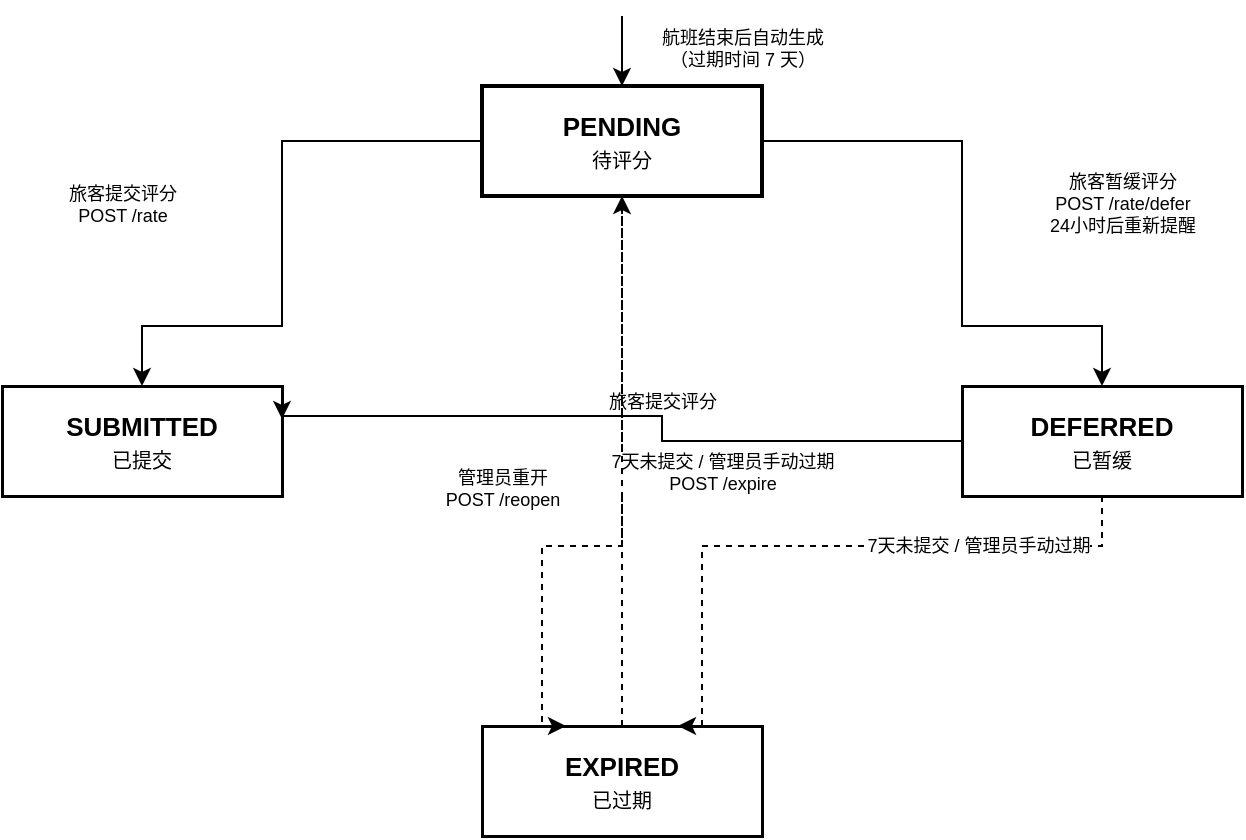
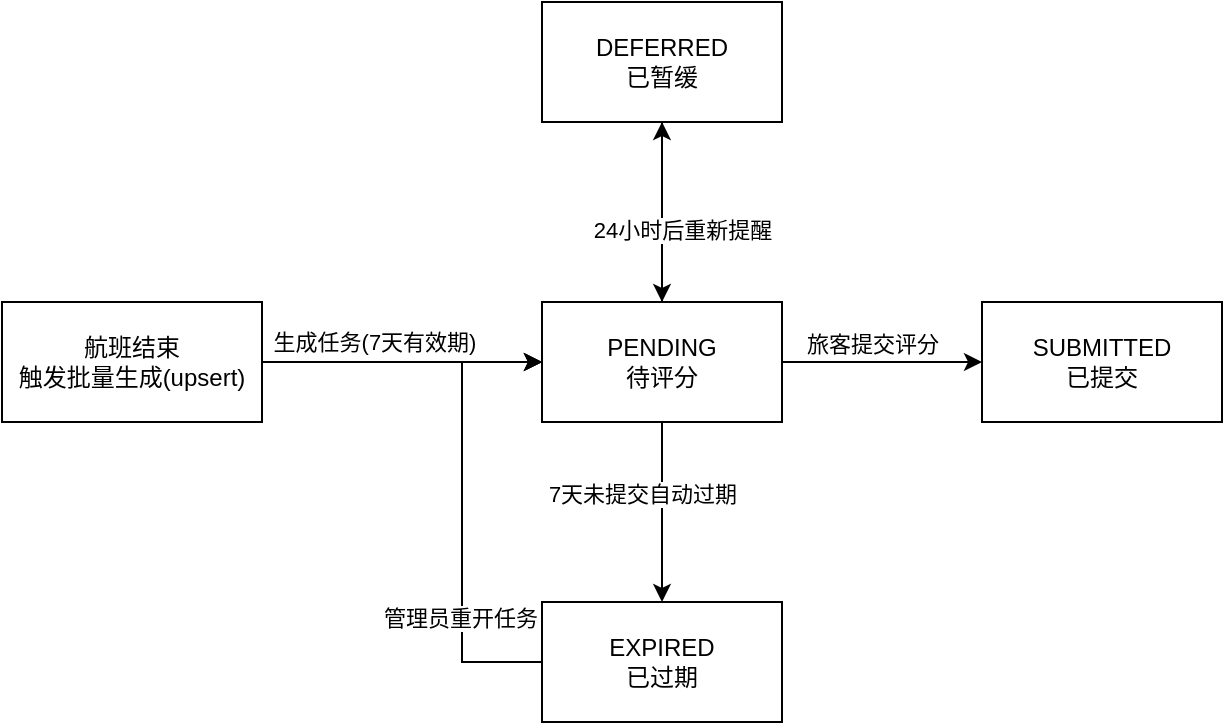
- <mxfile host="app.diagrams.net">
-   <diagram name="评分任务状态流转图">
-     <mxGraphModel dx="1000" dy="600" grid="1" gridSize="10" guides="1" tooltips="1" connect="1" arrows="1" fold="1" page="1" pageScale="1" pageWidth="900" pageHeight="480">
+ <mxfile host="Electron" agent="Mozilla/5.0 (Windows NT 10.0; Win64; x64) AppleWebKit/537.36 (KHTML, like Gecko) draw.io/25.0.2 Chrome/128.0.6613.186 Electron/32.2.5 Safari/537.36" version="25.0.2">
+   <diagram name="评分任务状态流转" id="rating-state-machine">
+     <mxGraphModel dx="2060" dy="650" grid="1" gridSize="10" guides="1" tooltips="1" connect="1" arrows="1" fold="1" page="1" pageScale="1" pageWidth="827" pageHeight="1169" math="0" shadow="0">
      <root>
        <mxCell id="0" />
        <mxCell id="1" parent="0" />
- 
-         <!-- PENDING -->
-         <mxCell id="pending" value="&lt;font style=&quot;font-size: 13px;&quot;&gt;&lt;b&gt;PENDING&lt;/b&gt;&lt;/font&gt;&lt;br&gt;&lt;font style=&quot;font-size: 10px;&quot;&gt;待评分&lt;/font&gt;" style="rounded=0;whiteSpace=wrap;html=1;fillColor=#FFFFFF;strokeColor=#000000;strokeWidth=2;fontSize=13;" vertex="1" parent="1">
-           <mxGeometry x="340" y="50" width="140" height="55" as="geometry" />
+         <mxCell id="X5WedO4ep6DYj0295ZjE-1" style="edgeStyle=orthogonalEdgeStyle;rounded=0;orthogonalLoop=1;jettySize=auto;html=1;exitX=1;exitY=0.5;exitDx=0;exitDy=0;entryX=0;entryY=0.5;entryDx=0;entryDy=0;" edge="1" parent="1" source="start" target="pending">
+           <mxGeometry relative="1" as="geometry" />
        </mxCell>
- 
-         <!-- SUBMITTED -->
-         <mxCell id="submitted" value="&lt;font style=&quot;font-size: 13px;&quot;&gt;&lt;b&gt;SUBMITTED&lt;/b&gt;&lt;/font&gt;&lt;br&gt;&lt;font style=&quot;font-size: 10px;&quot;&gt;已提交&lt;/font&gt;" style="rounded=0;whiteSpace=wrap;html=1;fillColor=#FFFFFF;strokeColor=#000000;strokeWidth=1.5;fontSize=13;" vertex="1" parent="1">
-           <mxGeometry x="100" y="200" width="140" height="55" as="geometry" />
+         <mxCell id="start" value="航班结束&lt;br&gt;触发批量生成(upsert)" style="whiteSpace=wrap;html=1;fillColor=#ffffff;strokeColor=#000000;rounded=0;" parent="1" vertex="1">
+           <mxGeometry x="-10" y="210" width="130" height="60" as="geometry" />
        </mxCell>
- 
-         <!-- DEFERRED -->
-         <mxCell id="deferred" value="&lt;font style=&quot;font-size: 13px;&quot;&gt;&lt;b&gt;DEFERRED&lt;/b&gt;&lt;/font&gt;&lt;br&gt;&lt;font style=&quot;font-size: 10px;&quot;&gt;已暂缓&lt;/font&gt;" style="rounded=0;whiteSpace=wrap;html=1;fillColor=#FFFFFF;strokeColor=#000000;strokeWidth=1.5;fontSize=13;" vertex="1" parent="1">
-           <mxGeometry x="580" y="200" width="140" height="55" as="geometry" />
+         <mxCell id="pending" value="&lt;span style=&quot;font-weight: normal;&quot;&gt;PENDING&lt;br&gt;待评分&lt;/span&gt;" style="whiteSpace=wrap;html=1;fillColor=#ffffff;strokeColor=#000000;rounded=0;fontStyle=1" parent="1" vertex="1">
+           <mxGeometry x="260" y="210" width="120" height="60" as="geometry" />
        </mxCell>
- 
-         <!-- EXPIRED -->
-         <mxCell id="expired" value="&lt;font style=&quot;font-size: 13px;&quot;&gt;&lt;b&gt;EXPIRED&lt;/b&gt;&lt;/font&gt;&lt;br&gt;&lt;font style=&quot;font-size: 10px;&quot;&gt;已过期&lt;/font&gt;" style="rounded=0;whiteSpace=wrap;html=1;fillColor=#FFFFFF;strokeColor=#000000;strokeWidth=1.5;fontSize=13;" vertex="1" parent="1">
-           <mxGeometry x="340" y="370" width="140" height="55" as="geometry" />
+         <mxCell id="submitted" value="SUBMITTED&lt;br&gt;已提交" style="whiteSpace=wrap;html=1;fillColor=#ffffff;strokeColor=#000000;rounded=0;" parent="1" vertex="1">
+           <mxGeometry x="480" y="210" width="120" height="60" as="geometry" />
        </mxCell>
- 
-         <!-- PENDING → SUBMITTED -->
-         <mxCell id="ps1" style="edgeStyle=orthogonalEdgeStyle;rounded=0;orthogonalLoop=1;jettySize=auto;html=1;strokeColor=#000000;strokeWidth=1;exitX=0;exitY=0.5;exitDx=0;exitDy=0;entryX=0.5;entryY=0;entryDx=0;entryDy=0;" edge="1" parent="1" source="pending" target="submitted">
-           <mxGeometry relative="1" as="geometry">
-             <Array as="points"><mxPoint x="240" y="77" /><mxPoint x="240" y="170" /><mxPoint x="170" y="170" /></Array>
+         <mxCell id="deferred" value="DEFERRED&lt;br&gt;已暂缓" style="whiteSpace=wrap;html=1;fillColor=#ffffff;strokeColor=#000000;rounded=0;" parent="1" vertex="1">
+           <mxGeometry x="260" y="60" width="120" height="60" as="geometry" />
+         </mxCell>
+         <mxCell id="expired" value="EXPIRED&lt;br&gt;已过期" style="whiteSpace=wrap;html=1;fillColor=#ffffff;strokeColor=#000000;rounded=0;" parent="1" vertex="1">
+           <mxGeometry x="260" y="360" width="120" height="60" as="geometry" />
+         </mxCell>
+         <mxCell id="edge-start-pending" style="endArrow=classic;html=1;strokeColor=#000000;rounded=0;" parent="1" source="start" target="pending" edge="1">
+           <mxGeometry relative="1" as="geometry" />
+         </mxCell>
+         <mxCell id="edge-start-pending-label" value="生成任务(7天有效期)" style="edgeLabel;html=1;align=center;verticalAlign=middle;resizable=0;points=[];fillColor=#ffffff;strokeColor=none;rounded=0;" parent="edge-start-pending" vertex="1" connectable="0">
+           <mxGeometry x="-0.2" relative="1" as="geometry">
+             <mxPoint y="-10" as="offset" />
          </mxGeometry>
        </mxCell>
-         <mxCell id="ps1_label" value="旅客提交评分&lt;br&gt;POST /rate" style="edgeLabel;html=1;align=center;verticalAlign=middle;resizable=0;fontSize=9;" vertex="1" connectable="0" parent="ps1">
-           <mxGeometry x="-0.1" relative="1" as="geometry"><mxPoint x="-80" as="offset" /></mxGeometry>
+         <mxCell id="edge-pending-submitted" style="endArrow=classic;html=1;strokeColor=#000000;rounded=0;" parent="1" source="pending" target="submitted" edge="1">
+           <mxGeometry relative="1" as="geometry" />
        </mxCell>
- 
-         <!-- PENDING → DEFERRED -->
-         <mxCell id="ps2" style="edgeStyle=orthogonalEdgeStyle;rounded=0;orthogonalLoop=1;jettySize=auto;html=1;strokeColor=#000000;strokeWidth=1;exitX=1;exitY=0.5;exitDx=0;exitDy=0;entryX=0.5;entryY=0;entryDx=0;entryDy=0;" edge="1" parent="1" source="pending" target="deferred">
-           <mxGeometry relative="1" as="geometry">
-             <Array as="points"><mxPoint x="580" y="77" /><mxPoint x="580" y="170" /><mxPoint x="650" y="170" /></Array>
+         <mxCell id="edge-pending-submitted-label" value="旅客提交评分" style="edgeLabel;html=1;align=center;verticalAlign=middle;resizable=0;points=[];fillColor=#ffffff;strokeColor=none;rounded=0;" parent="edge-pending-submitted" vertex="1" connectable="0">
+           <mxGeometry x="-0.1" y="1" relative="1" as="geometry">
+             <mxPoint y="-8" as="offset" />
          </mxGeometry>
        </mxCell>
-         <mxCell id="ps2_label" value="旅客暂缓评分&lt;br&gt;POST /rate/defer&lt;br&gt;24小时后重新提醒" style="edgeLabel;html=1;align=center;verticalAlign=middle;resizable=0;fontSize=9;" vertex="1" connectable="0" parent="ps2">
-           <mxGeometry x="-0.1" relative="1" as="geometry"><mxPoint x="80" as="offset" /></mxGeometry>
-         </mxCell>
- 
-         <!-- DEFERRED → SUBMITTED -->
-         <mxCell id="ps3" style="edgeStyle=orthogonalEdgeStyle;rounded=0;orthogonalLoop=1;jettySize=auto;html=1;strokeColor=#000000;strokeWidth=1;exitX=0;exitY=0.5;exitDx=0;exitDy=0;entryX=1;entryY=0.3;entryDx=0;entryDy=0;" edge="1" parent="1" source="deferred" target="submitted">
+         <mxCell id="edge-pending-deferred" style="endArrow=classic;html=1;strokeColor=#000000;rounded=0;exitX=0.5;exitY=0;entryX=0.5;entryY=1;" parent="1" source="pending" target="deferred" edge="1">
          <mxGeometry relative="1" as="geometry">
-             <Array as="points"><mxPoint x="430" y="227" /><mxPoint x="430" y="215" /></Array>
+             <Array as="points">
+               <mxPoint x="320" y="200" />
+               <mxPoint x="320" y="130" />
+             </Array>
          </mxGeometry>
        </mxCell>
-         <mxCell id="ps3_label" value="旅客提交评分" style="edgeLabel;html=1;align=center;verticalAlign=middle;resizable=0;fontSize=9;" vertex="1" connectable="0" parent="ps3">
-           <mxGeometry x="-0.1" relative="1" as="geometry"><mxPoint y="-10" as="offset" /></mxGeometry>
-         </mxCell>
- 
-         <!-- PENDING → EXPIRED -->
-         <mxCell id="ps4" style="edgeStyle=orthogonalEdgeStyle;rounded=0;orthogonalLoop=1;jettySize=auto;html=1;strokeColor=#000000;strokeWidth=1;dashed=1;exitX=0.5;exitY=1;exitDx=0;exitDy=0;entryX=0.3;entryY=0;entryDx=0;entryDy=0;" edge="1" parent="1" source="pending" target="expired">
-           <mxGeometry relative="1" as="geometry">
-             <Array as="points"><mxPoint x="410" y="280" /><mxPoint x="370" y="280" /></Array>
+         <mxCell id="edge-pending-deferred-label" value="旅客暂缓" style="edgeLabel;html=1;align=center;verticalAlign=middle;resizable=0;points=[];fillColor=#ffffff;strokeColor=none;rounded=0;" parent="edge-pending-deferred" vertex="1" connectable="0">
+           <mxGeometry x="-0.2" relative="1" as="geometry">
+             <mxPoint x="-10" as="offset" />
          </mxGeometry>
        </mxCell>
-         <mxCell id="ps4_label" value="7天未提交 / 管理员手动过期&lt;br&gt;POST /expire" style="edgeLabel;html=1;align=center;verticalAlign=middle;resizable=0;fontSize=9;" vertex="1" connectable="0" parent="ps4">
-           <mxGeometry x="-0.1" relative="1" as="geometry"><mxPoint x="50" y="-5" as="offset" /></mxGeometry>
-         </mxCell>
- 
-         <!-- DEFERRED → EXPIRED -->
-         <mxCell id="ps5" style="edgeStyle=orthogonalEdgeStyle;rounded=0;orthogonalLoop=1;jettySize=auto;html=1;strokeColor=#000000;strokeWidth=1;dashed=1;exitX=0.5;exitY=1;exitDx=0;exitDy=0;entryX=0.7;entryY=0;entryDx=0;entryDy=0;" edge="1" parent="1" source="deferred" target="expired">
+         <mxCell id="edge-deferred-pending" style="endArrow=classic;html=1;strokeColor=#000000;rounded=0;exitX=0.5;exitY=1;entryX=0.5;entryY=0;" parent="1" source="deferred" target="pending" edge="1">
          <mxGeometry relative="1" as="geometry">
-             <Array as="points"><mxPoint x="650" y="280" /><mxPoint x="450" y="280" /></Array>
+             <Array as="points">
+               <mxPoint x="320" y="130" />
+               <mxPoint x="320" y="200" />
+             </Array>
          </mxGeometry>
        </mxCell>
-         <mxCell id="ps5_label" value="7天未提交 / 管理员手动过期" style="edgeLabel;html=1;align=center;verticalAlign=middle;resizable=0;fontSize=9;" vertex="1" connectable="0" parent="ps5">
-           <mxGeometry x="-0.1" relative="1" as="geometry"><mxPoint x="60" as="offset" /></mxGeometry>
-         </mxCell>
- 
-         <!-- EXPIRED → PENDING -->
-         <mxCell id="ps6" style="edgeStyle=orthogonalEdgeStyle;rounded=0;orthogonalLoop=1;jettySize=auto;html=1;strokeColor=#000000;strokeWidth=1;dashed=1;exitX=0.5;exitY=0;exitDx=0;exitDy=0;entryX=0.5;entryY=1;entryDx=0;entryDy=0;" edge="1" parent="1" source="expired" target="pending">
-           <mxGeometry relative="1" as="geometry">
-             <Array as="points"><mxPoint x="410" y="330" /><mxPoint x="410" y="130" /></Array>
+         <mxCell id="edge-deferred-pending-label" value="24小时后重新提醒" style="edgeLabel;html=1;align=center;verticalAlign=middle;resizable=0;points=[];fillColor=#ffffff;strokeColor=none;rounded=0;" parent="edge-deferred-pending" vertex="1" connectable="0">
+           <mxGeometry x="0.2" relative="1" as="geometry">
+             <mxPoint x="10" as="offset" />
          </mxGeometry>
        </mxCell>
-         <mxCell id="ps6_label" value="管理员重开&lt;br&gt;POST /reopen" style="edgeLabel;html=1;align=center;verticalAlign=middle;resizable=0;fontSize=9;" vertex="1" connectable="0" parent="ps6">
-           <mxGeometry x="-0.1" relative="1" as="geometry"><mxPoint x="-60" as="offset" /></mxGeometry>
+         <mxCell id="edge-pending-expired" style="endArrow=classic;html=1;strokeColor=#000000;rounded=0;exitX=0.5;exitY=1;entryX=0.5;entryY=0;" parent="1" source="pending" target="expired" edge="1">
+           <mxGeometry relative="1" as="geometry" />
        </mxCell>
- 
-         <!-- 生成 -->
-         <mxCell id="gen" style="edgeStyle=orthogonalEdgeStyle;rounded=0;orthogonalLoop=1;jettySize=auto;html=1;strokeColor=#000000;strokeWidth=1;endArrow=classic;" edge="1" parent="1">
-           <mxGeometry relative="1" as="geometry">
-             <mxPoint x="410" y="15" as="sourcePoint" />
-             <mxPoint x="410" y="50" as="targetPoint" />
+         <mxCell id="edge-pending-expired-label" value="7天未提交自动过期" style="edgeLabel;html=1;align=center;verticalAlign=middle;resizable=0;points=[];fillColor=#ffffff;strokeColor=none;rounded=0;" parent="edge-pending-expired" vertex="1" connectable="0">
+           <mxGeometry x="-0.2" relative="1" as="geometry">
+             <mxPoint x="-10" as="offset" />
          </mxGeometry>
        </mxCell>
-         <mxCell id="gen_label" value="航班结束后自动生成&lt;br&gt;（过期时间 7 天）" style="edgeLabel;html=1;align=center;verticalAlign=middle;resizable=0;fontSize=9;" vertex="1" connectable="0" parent="gen">
-           <mxGeometry x="-0.1" relative="1" as="geometry"><mxPoint x="60" as="offset" /></mxGeometry>
+         <mxCell id="edge-expired-pending" style="endArrow=classic;html=1;strokeColor=#000000;rounded=0;exitX=0;exitY=0.5;entryX=0;entryY=0.5;edgeStyle=elbowEdgeStyle;" parent="1" source="expired" target="pending" edge="1">
+           <mxGeometry relative="1" as="geometry">
+             <Array as="points">
+               <mxPoint x="220" y="390" />
+               <mxPoint x="220" y="240" />
+             </Array>
+           </mxGeometry>
        </mxCell>
- 
+         <mxCell id="edge-expired-pending-label" value="管理员重开任务" style="edgeLabel;html=1;align=center;verticalAlign=middle;resizable=0;points=[];fillColor=#ffffff;strokeColor=none;rounded=0;" parent="edge-expired-pending" vertex="1" connectable="0">
+           <mxGeometry x="-0.5" y="1" relative="1" as="geometry">
+             <mxPoint y="-5" as="offset" />
+           </mxGeometry>
+         </mxCell>
      </root>
    </mxGraphModel>
  </diagram>
</mxfile>
